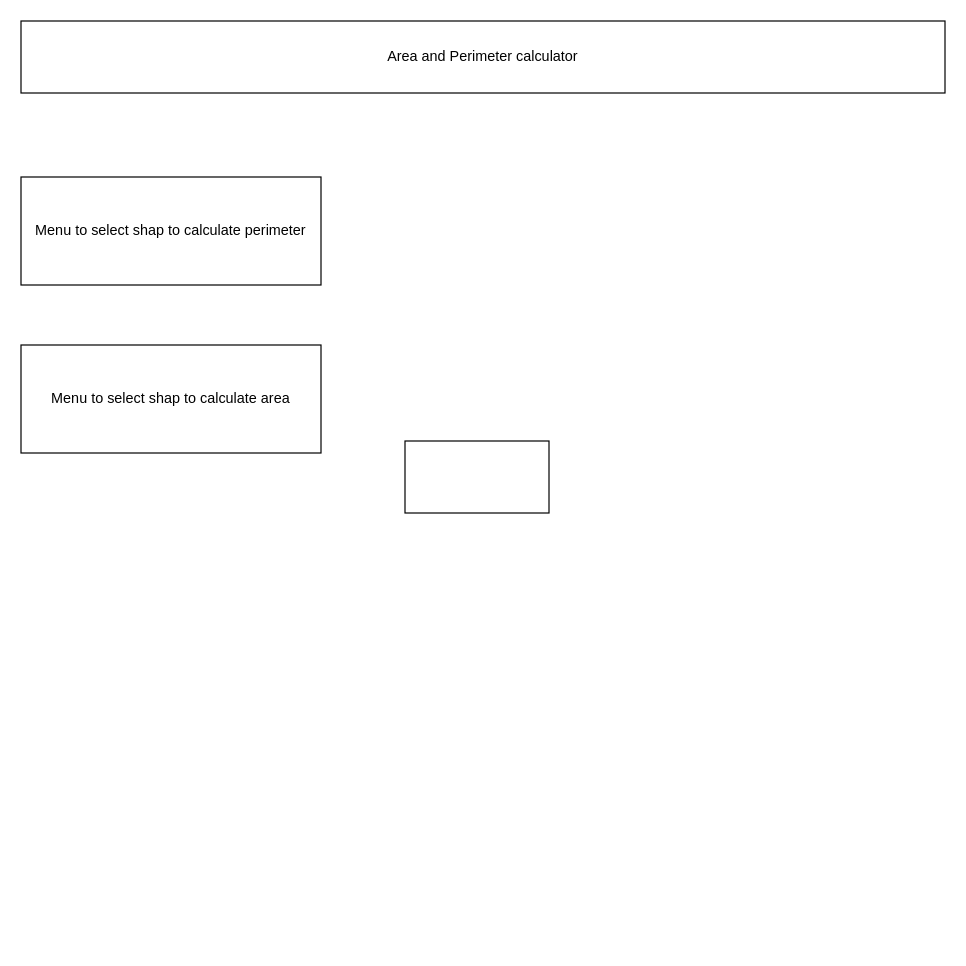
The draw.io diagram Untitled Diagram.drawio in Rian-churr/area_perimeter_calculator, before the edit. Source tidied: cells renumbered, new cells numbered last; positions are measured from the earlier drawing's top-left corner, leaving out a move shared by most shapes. Both pictures are drawn from the tidied source at 120%, with x=0, y=0 at pixel (20, 20).
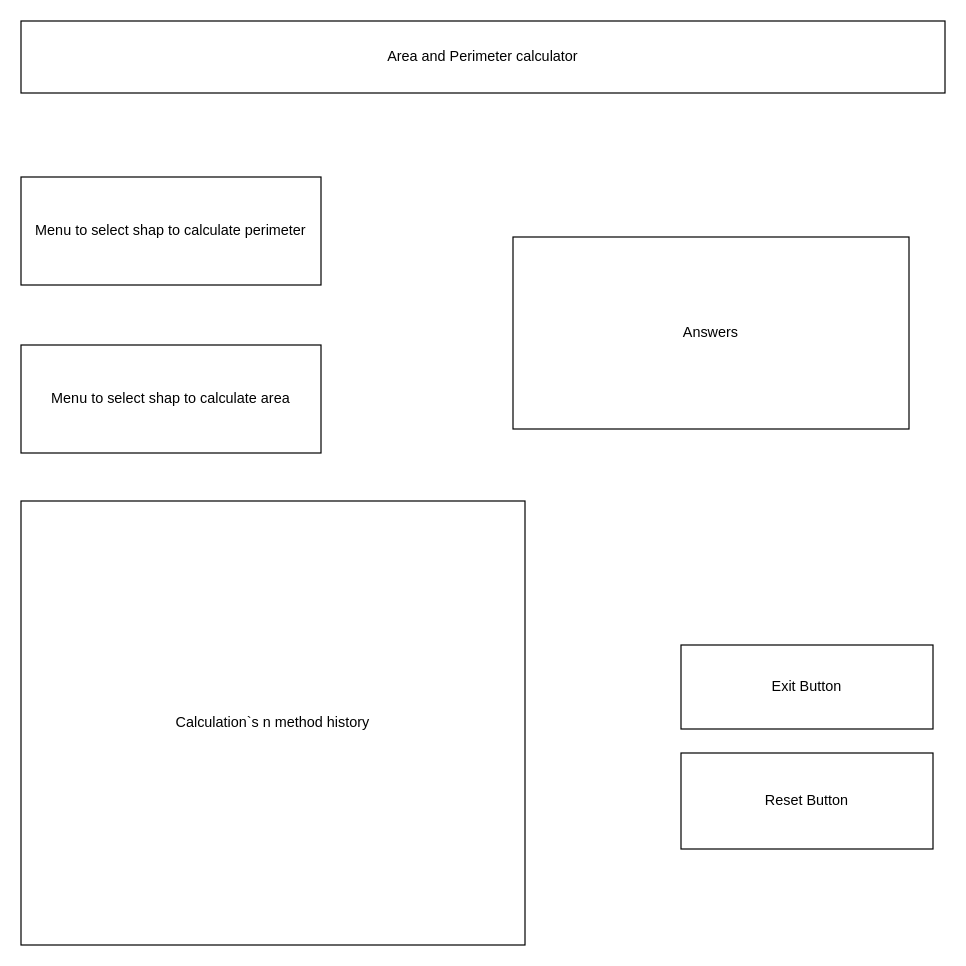
The same page after the edit.

Commit message:
area n perimeter cal

The edit, as a diff of the source:
```diff
@@
 <mxGraphModel>
   <root>
     <mxCell id="0" />
     <mxCell id="1" parent="0" />
-    <mxCell id="2" style="rounded=0;whiteSpace=wrap;html=1;" parent="1" vertex="1">
-      <mxGeometry x="320" y="350" width="120" height="60" as="geometry" />
+    <mxCell id="2" value="Calculation`s n method history" style="rounded=0;whiteSpace=wrap;html=1;" parent="1" vertex="1">
+      <mxGeometry y="400" width="420" height="370" as="geometry" />
     </mxCell>
     <mxCell id="3" value="Area and Perimeter calculator" style="rounded=0;whiteSpace=wrap;html=1;" parent="1" vertex="1">
       <mxGeometry width="770" height="60" as="geometry" />
     </mxCell>
     <mxCell id="4" value="&lt;span&gt;Menu to select shap to calculate area&lt;/span&gt;" style="rounded=0;whiteSpace=wrap;html=1;" parent="1" vertex="1">
       <mxGeometry y="270" width="250" height="90" as="geometry" />
     </mxCell>
     <mxCell id="5" value="Menu to select shap to calculate perimeter" style="rounded=0;whiteSpace=wrap;html=1;" parent="1" vertex="1">
       <mxGeometry y="130" width="250" height="90" as="geometry" />
     </mxCell>
+    <mxCell id="6" value="Answers" style="rounded=0;whiteSpace=wrap;html=1;" parent="1" vertex="1">
+      <mxGeometry x="410" y="180" width="330" height="160" as="geometry" />
+    </mxCell>
+    <mxCell id="7" value="Exit Button" style="rounded=0;whiteSpace=wrap;html=1;" parent="1" vertex="1">
+      <mxGeometry x="550" y="520" width="210" height="70" as="geometry" />
+    </mxCell>
+    <mxCell id="8" value="Reset Button" style="rounded=0;whiteSpace=wrap;html=1;" parent="1" vertex="1">
+      <mxGeometry x="550" y="610" width="210" height="80" as="geometry" />
+    </mxCell>
   </root>
 </mxGraphModel>
```
